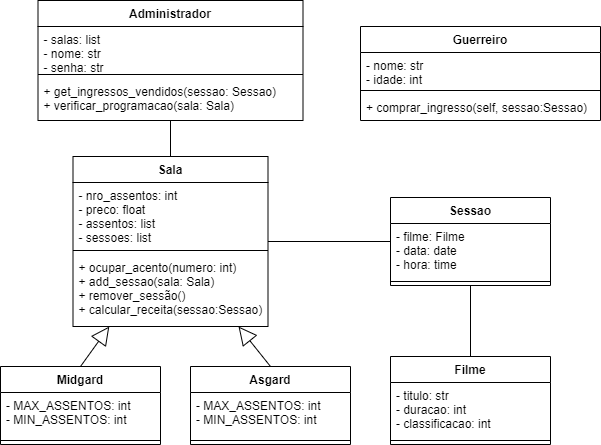
This is diagramas/class_diagram.png from RaphaLevy/linguagem-de-programacao-A1, a draw.io export, as it was before one commit. Source tidied: cells renumbered, new cells last; positions are measured from the earlier drawing's top-left corner, leaving out a move shared by most shapes.
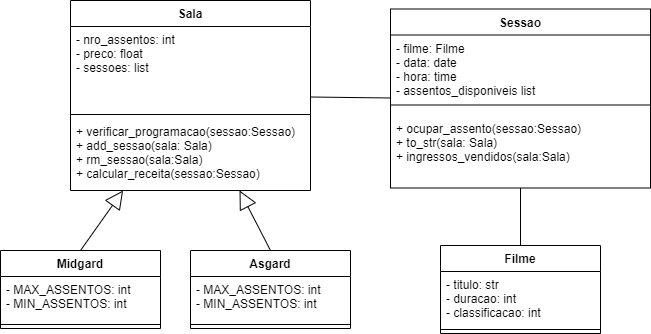
Above is the later version.

Change to the diagram source:
```diff
@@ -12,15 +12,14 @@
         <mxPoint x="12" y="12" as="offset" />
       </mxGeometry>
     </mxCell>
-    <mxCell id="4" style="endArrow=none;html=1;" parent="1" edge="1" source="23" target="20">
-      <mxGeometry relative="1" as="geometry" />
+    <mxCell id="4" style="endArrow=none;html=1;" parent="1" edge="1" source="23">
+      <mxGeometry relative="1" as="geometry">
+        <mxPoint x="390" y="213.5" as="targetPoint" />
+      </mxGeometry>
     </mxCell>
-    <mxCell id="5" style="endArrow=none;html=1;entryX=0.5;entryY=1;entryDx=0;entryDy=0;" parent="1" edge="1" source="13" target="20">
+    <mxCell id="5" style="endArrow=none;html=1;entryX=0.5;entryY=1;entryDx=0;entryDy=0;exitX=0.5;exitY=0;exitDx=0;exitDy=0;" parent="1" edge="1" source="13" target="20">
       <mxGeometry relative="1" as="geometry" />
     </mxCell>
-    <mxCell id="6" style="endArrow=none;html=1;exitX=0.5;exitY=0;exitDx=0;exitDy=0;" parent="1" edge="1" source="23" target="27">
-      <mxGeometry relative="1" as="geometry" />
-    </mxCell>
     <mxCell id="7" value="Asgard" style="swimlane;fontStyle=1;align=center;verticalAlign=top;horizontal=1;startSize=26;" parent="1" vertex="1">
       <mxGeometry x="190" y="366" width="160" height="78" as="geometry" />
     </mxCell>
@@ -39,59 +38,38 @@
     <mxCell id="12" style="line;strokeWidth=1;fillColor=none;align=left;verticalAlign=middle;spacingTop=-1;spacingLeft=3;spacingRight=3;labelPosition=right;" parent="10" vertex="1">
       <mxGeometry y="70" width="160" height="8" as="geometry" />
     </mxCell>
-    <mxCell id="13" value="Filme" style="swimlane;fontStyle=1;align=center;verticalAlign=top;horizontal=1;startSize=26;" parent="1" vertex="1">
-      <mxGeometry x="390" y="356" width="160" height="88" as="geometry" />
-    </mxCell>
-    <mxCell id="14" value="- titulo: str&#10;- duracao: int&#10;- classificacao: int" style="text;strokeColor=none;fillColor=none;align=left;verticalAlign=top;spacingLeft=4;spacingRight=4;overflow=hidden;" parent="13" vertex="1">
-      <mxGeometry y="26" width="160" height="54" as="geometry" />
-    </mxCell>
-    <mxCell id="15" style="line;strokeWidth=1;fillColor=none;align=left;verticalAlign=middle;spacingTop=-1;spacingLeft=3;spacingRight=3;labelPosition=right;" parent="13" vertex="1">
-      <mxGeometry y="80" width="160" height="8" as="geometry" />
-    </mxCell>
-    <mxCell id="16" value="Guerreiro" style="swimlane;fontStyle=1;align=center;verticalAlign=top;horizontal=1;startSize=26;" parent="1" vertex="1">
-      <mxGeometry x="360" y="26" width="240" height="94" as="geometry" />
-    </mxCell>
-    <mxCell id="17" value="- nome: str&#10;- idade: int" style="text;strokeColor=none;fillColor=none;align=left;verticalAlign=top;spacingLeft=4;spacingRight=4;overflow=hidden;" parent="16" vertex="1">
-      <mxGeometry y="26" width="240" height="34" as="geometry" />
-    </mxCell>
-    <mxCell id="18" style="line;strokeWidth=1;fillColor=none;align=left;verticalAlign=middle;spacingTop=-1;spacingLeft=3;spacingRight=3;labelPosition=right;" parent="16" vertex="1">
-      <mxGeometry y="60" width="240" height="8" as="geometry" />
-    </mxCell>
-    <mxCell id="19" value="+ comprar_ingresso(self, sessao:Sessao)" style="text;strokeColor=none;fillColor=none;align=left;verticalAlign=top;spacingLeft=4;spacingRight=4;overflow=hidden;" parent="16" vertex="1">
-      <mxGeometry y="68" width="240" height="26" as="geometry" />
-    </mxCell>
-    <mxCell id="20" value="Sessao" style="swimlane;fontStyle=1;align=center;verticalAlign=top;horizontal=1;startSize=26;" parent="1" vertex="1">
-      <mxGeometry x="390" y="197" width="160" height="88" as="geometry" />
-    </mxCell>
-    <mxCell id="21" value="- filme: Filme&#10;- data: date&#10;- hora: time" style="text;strokeColor=none;fillColor=none;align=left;verticalAlign=top;spacingLeft=4;spacingRight=4;overflow=hidden;" parent="20" vertex="1">
-      <mxGeometry y="26" width="160" height="54" as="geometry" />
-    </mxCell>
-    <mxCell id="22" style="line;strokeWidth=1;fillColor=none;align=left;verticalAlign=middle;spacingTop=-1;spacingLeft=3;spacingRight=3;labelPosition=right;" parent="20" vertex="1">
-      <mxGeometry y="80" width="160" height="8" as="geometry" />
-    </mxCell>
     <mxCell id="23" value="Sala" style="swimlane;fontStyle=1;align=center;verticalAlign=top;horizontal=1;startSize=26;" parent="1" vertex="1">
-      <mxGeometry x="72.5" y="156" width="195" height="170" as="geometry" />
+      <mxGeometry x="70" y="116" width="240" height="190" as="geometry" />
     </mxCell>
-    <mxCell id="24" value="- nro_assentos: int&#10;- preco: float&#10;- assentos: list&#10;- sessoes: list" style="text;strokeColor=none;fillColor=none;align=left;verticalAlign=top;spacingLeft=4;spacingRight=4;overflow=hidden;" parent="23" vertex="1">
-      <mxGeometry y="26" width="195" height="64" as="geometry" />
+    <mxCell id="24" value="- nro_assentos: int&#10;- preco: float&#10;- sessoes: list" style="text;strokeColor=none;fillColor=none;align=left;verticalAlign=top;spacingLeft=4;spacingRight=4;overflow=hidden;" parent="23" vertex="1">
+      <mxGeometry y="26" width="240" height="84" as="geometry" />
     </mxCell>
     <mxCell id="25" style="line;strokeWidth=1;fillColor=none;align=left;verticalAlign=middle;spacingTop=-1;spacingLeft=3;spacingRight=3;labelPosition=right;" parent="23" vertex="1">
-      <mxGeometry y="90" width="195" height="8" as="geometry" />
+      <mxGeometry y="110" width="240" height="8" as="geometry" />
     </mxCell>
-    <mxCell id="26" value="+ ocupar_acento(numero: int)&#10;+ add_sessao(sala: Sala)&#10;+ remover_sessão()&#10;+ calcular_receita(sessao:Sessao)" style="text;strokeColor=none;fillColor=none;align=left;verticalAlign=top;spacingLeft=4;spacingRight=4;overflow=hidden;" parent="23" vertex="1">
-      <mxGeometry y="98" width="195" height="72" as="geometry" />
+    <mxCell id="26" value="+ verificar_programacao(sessao:Sessao)&#10;+ add_sessao(sala: Sala)&#10;+ rm_sessao(sala:Sala)&#10;+ calcular_receita(sessao:Sessao)&#10;" style="text;strokeColor=none;fillColor=none;align=left;verticalAlign=top;spacingLeft=4;spacingRight=4;overflow=hidden;" parent="23" vertex="1">
+      <mxGeometry y="118" width="240" height="72" as="geometry" />
     </mxCell>
-    <mxCell id="27" value="Administrador" style="swimlane;fontStyle=1;align=center;verticalAlign=top;horizontal=1;startSize=26;" parent="1" vertex="1">
-      <mxGeometry x="37.5" width="265" height="120" as="geometry" />
-    </mxCell>
-    <mxCell id="28" value="- salas: list&#10;- nome: str&#10;- senha: str" style="text;strokeColor=none;fillColor=none;align=left;verticalAlign=top;spacingLeft=4;spacingRight=4;overflow=hidden;" parent="27" vertex="1">
-      <mxGeometry y="26" width="265" height="44" as="geometry" />
-    </mxCell>
-    <mxCell id="29" style="line;strokeWidth=1;fillColor=none;align=left;verticalAlign=middle;spacingTop=-1;spacingLeft=3;spacingRight=3;labelPosition=right;" parent="27" vertex="1">
-      <mxGeometry y="70" width="265" height="8" as="geometry" />
-    </mxCell>
-    <mxCell id="30" value="+ get_ingressos_vendidos(sessao: Sessao)&#10;+ verificar_programacao(sala: Sala)&#10;" style="text;strokeColor=none;fillColor=none;align=left;verticalAlign=top;spacingLeft=4;spacingRight=4;overflow=hidden;" parent="27" vertex="1">
-      <mxGeometry y="78" width="265" height="42" as="geometry" />
-    </mxCell>
+    <mxCell id="20" value="Sessao" style="swimlane;fontStyle=1;align=center;verticalAlign=top;horizontal=1;startSize=26;" parent="1" vertex="1">
+      <mxGeometry x="390" y="124.5" width="260" height="179" as="geometry" />
+    </mxCell>
+    <mxCell id="31" value="- filme: Filme&#10;- data: date&#10;- hora: time&#10;- assentos_disponiveis list&#10;" style="text;strokeColor=none;fillColor=none;align=left;verticalAlign=top;spacingLeft=4;spacingRight=4;overflow=hidden;" parent="20" vertex="1">
+      <mxGeometry y="26" width="260" height="60" as="geometry" />
+    </mxCell>
+    <mxCell id="32" style="line;strokeWidth=1;fillColor=none;align=left;verticalAlign=middle;spacingTop=-1;spacingLeft=3;spacingRight=3;labelPosition=right;" parent="20" vertex="1">
+      <mxGeometry y="86" width="260" height="20" as="geometry" />
+    </mxCell>
+    <mxCell id="33" value="+ ocupar_assento(sessao:Sessao)&#10;+ to_str(sala: Sala)&#10;+ ingressos_vendidos(sala:Sala)&#10;" style="text;strokeColor=none;fillColor=none;align=left;verticalAlign=top;spacingLeft=4;spacingRight=4;overflow=hidden;" parent="20" vertex="1">
+      <mxGeometry y="106" width="260" height="72" as="geometry" />
+    </mxCell>
+    <mxCell id="13" value="Filme" style="swimlane;fontStyle=1;align=center;verticalAlign=top;horizontal=1;startSize=26;" parent="1" vertex="1">
+      <mxGeometry x="440" y="361" width="160" height="88" as="geometry" />
+    </mxCell>
+    <mxCell id="14" value="- titulo: str&#10;- duracao: int&#10;- classificacao: int" style="text;strokeColor=none;fillColor=none;align=left;verticalAlign=top;spacingLeft=4;spacingRight=4;overflow=hidden;" parent="13" vertex="1">
+      <mxGeometry y="26" width="160" height="54" as="geometry" />
+    </mxCell>
+    <mxCell id="15" style="line;strokeWidth=1;fillColor=none;align=left;verticalAlign=middle;spacingTop=-1;spacingLeft=3;spacingRight=3;labelPosition=right;" parent="13" vertex="1">
+      <mxGeometry y="80" width="160" height="8" as="geometry" />
+    </mxCell>
   </root>
 </mxGraphModel>
```
